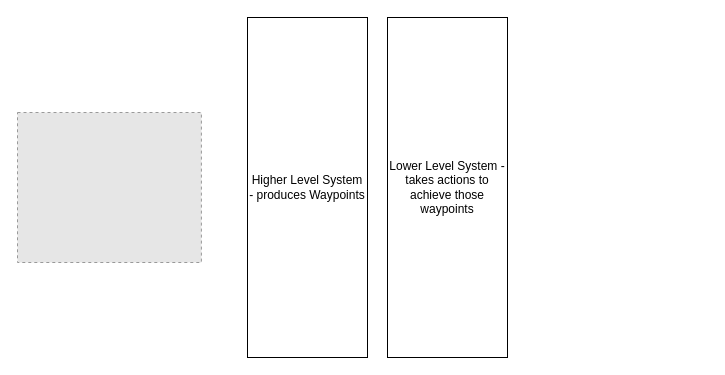
TommyWoodley/TommyWoodleyMEngProject keeps this draw.io diagram as 02_Progress_reports/systemDesign.drawio. Above is the earlier version. Source tidied: cells renumbered, new cells numbered last; positions are measured from the earlier drawing's top-left corner, leaving out a move shared by most shapes. Both pictures are drawn from the tidied source at 100%, with x=0, y=0 at pixel (17, 17). Pictures stored in the file or linked from it are replaced by grey dashed boxes.
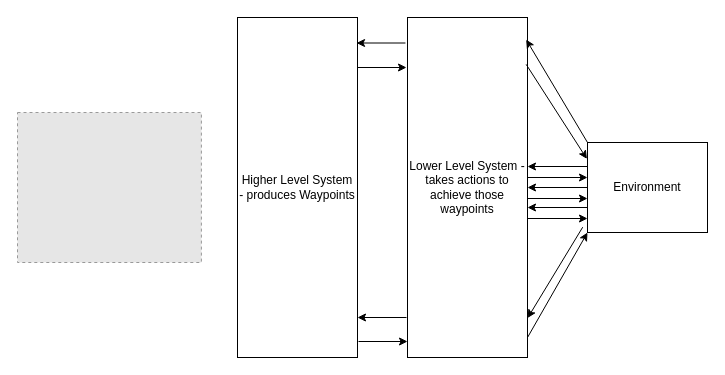
Above is the later version.

Change to the diagram source:
```diff
@@
     <mxCell id="3" value="Higher Level System&lt;div&gt;- produces Waypoints&lt;/div&gt;" style="rounded=0;whiteSpace=wrap;html=1;" parent="1" vertex="1">
-      <mxGeometry x="230" width="120" height="340" as="geometry" />
+      <mxGeometry x="220" width="120" height="340" as="geometry" />
     </mxCell>
     <mxCell id="4" value="Lower Level System - takes actions to achieve those waypoints" style="rounded=0;whiteSpace=wrap;html=1;" parent="1" vertex="1">
-      <mxGeometry x="370" width="120" height="340" as="geometry" />
+      <mxGeometry x="390" width="120" height="340" as="geometry" />
     </mxCell>
+    <mxCell id="5" value="Environment" style="rounded=0;whiteSpace=wrap;html=1;" parent="1" vertex="1">
+      <mxGeometry x="570" y="125" width="120" height="90" as="geometry" />
+    </mxCell>
+    <mxCell id="6" style="endArrow=classic;html=1;rounded=0;exitX=0;exitY=0;exitDx=0;exitDy=0;entryX=0.989;entryY=0.065;entryDx=0;entryDy=0;entryPerimeter=0;" parent="1" edge="1" source="5" target="4">
+      <mxGeometry relative="1" as="geometry" />
+    </mxCell>
+    <mxCell id="7" style="endArrow=classic;html=1;rounded=0;exitX=-0.017;exitY=0.075;exitDx=0;exitDy=0;exitPerimeter=0;entryX=0.992;entryY=0.075;entryDx=0;entryDy=0;entryPerimeter=0;" parent="1" edge="1" source="4" target="3">
+      <mxGeometry relative="1" as="geometry" />
+    </mxCell>
+    <mxCell id="8" style="endArrow=none;html=1;rounded=0;exitX=-0.017;exitY=0.075;exitDx=0;exitDy=0;exitPerimeter=0;entryX=0.992;entryY=0.075;entryDx=0;entryDy=0;entryPerimeter=0;endFill=0;startArrow=classic;startFill=1;" parent="1" edge="1">
+      <mxGeometry relative="1" as="geometry">
+        <mxPoint x="389" y="50" as="sourcePoint" />
+        <mxPoint x="340" y="50" as="targetPoint" />
+      </mxGeometry>
+    </mxCell>
+    <mxCell id="9" style="endArrow=none;html=1;rounded=0;exitX=-0.005;exitY=0.182;exitDx=0;exitDy=0;exitPerimeter=0;entryX=0.989;entryY=0.138;entryDx=0;entryDy=0;entryPerimeter=0;endFill=0;startArrow=classic;startFill=1;" parent="1" edge="1" source="5" target="4">
+      <mxGeometry relative="1" as="geometry" />
+    </mxCell>
+    <mxCell id="10" style="endArrow=classic;html=1;rounded=0;exitX=0;exitY=0.5;exitDx=0;exitDy=0;entryX=1;entryY=0.5;entryDx=0;entryDy=0;" parent="1" edge="1">
+      <mxGeometry relative="1" as="geometry">
+        <mxPoint x="570" y="149" as="sourcePoint" />
+        <mxPoint x="510" y="149" as="targetPoint" />
+      </mxGeometry>
+    </mxCell>
+    <mxCell id="11" style="endArrow=none;html=1;rounded=0;exitX=0;exitY=0.5;exitDx=0;exitDy=0;entryX=1;entryY=0.5;entryDx=0;entryDy=0;endFill=0;startArrow=classic;startFill=1;" parent="1" edge="1">
+      <mxGeometry relative="1" as="geometry">
+        <mxPoint x="570" y="160" as="sourcePoint" />
+        <mxPoint x="510" y="160" as="targetPoint" />
+      </mxGeometry>
+    </mxCell>
+    <mxCell id="12" style="endArrow=classic;html=1;rounded=0;exitX=0;exitY=0.5;exitDx=0;exitDy=0;entryX=1;entryY=0.5;entryDx=0;entryDy=0;" parent="1" edge="1">
+      <mxGeometry relative="1" as="geometry">
+        <mxPoint x="570" y="170" as="sourcePoint" />
+        <mxPoint x="510" y="170" as="targetPoint" />
+      </mxGeometry>
+    </mxCell>
+    <mxCell id="13" style="endArrow=none;html=1;rounded=0;exitX=0;exitY=0.5;exitDx=0;exitDy=0;entryX=1;entryY=0.5;entryDx=0;entryDy=0;endFill=0;startArrow=classic;startFill=1;" parent="1" edge="1">
+      <mxGeometry relative="1" as="geometry">
+        <mxPoint x="570" y="181" as="sourcePoint" />
+        <mxPoint x="510" y="181" as="targetPoint" />
+      </mxGeometry>
+    </mxCell>
+    <mxCell id="14" style="endArrow=classic;html=1;rounded=0;exitX=0;exitY=0.5;exitDx=0;exitDy=0;entryX=1;entryY=0.5;entryDx=0;entryDy=0;" parent="1" edge="1">
+      <mxGeometry relative="1" as="geometry">
+        <mxPoint x="570" y="190" as="sourcePoint" />
+        <mxPoint x="510" y="190" as="targetPoint" />
+      </mxGeometry>
+    </mxCell>
+    <mxCell id="15" style="endArrow=none;html=1;rounded=0;exitX=0;exitY=0.5;exitDx=0;exitDy=0;entryX=1;entryY=0.5;entryDx=0;entryDy=0;endFill=0;startArrow=classic;startFill=1;" parent="1" edge="1">
+      <mxGeometry relative="1" as="geometry">
+        <mxPoint x="570" y="201" as="sourcePoint" />
+        <mxPoint x="510" y="201" as="targetPoint" />
+      </mxGeometry>
+    </mxCell>
+    <mxCell id="16" style="endArrow=classic;html=1;rounded=0;exitX=-0.04;exitY=0.941;exitDx=0;exitDy=0;entryX=1.001;entryY=0.884;entryDx=0;entryDy=0;entryPerimeter=0;exitPerimeter=0;" parent="1" edge="1" source="5" target="4">
+      <mxGeometry relative="1" as="geometry" />
+    </mxCell>
+    <mxCell id="17" style="endArrow=classic;html=1;rounded=0;exitX=-0.017;exitY=0.075;exitDx=0;exitDy=0;exitPerimeter=0;entryX=0.992;entryY=0.075;entryDx=0;entryDy=0;entryPerimeter=0;" parent="1" edge="1">
+      <mxGeometry relative="1" as="geometry">
+        <mxPoint x="389" y="300" as="sourcePoint" />
+        <mxPoint x="340" y="300" as="targetPoint" />
+      </mxGeometry>
+    </mxCell>
+    <mxCell id="18" style="endArrow=none;html=1;rounded=0;exitX=-0.017;exitY=0.075;exitDx=0;exitDy=0;exitPerimeter=0;entryX=0.992;entryY=0.075;entryDx=0;entryDy=0;entryPerimeter=0;endFill=0;startArrow=classic;startFill=1;" parent="1" edge="1">
+      <mxGeometry relative="1" as="geometry">
+        <mxPoint x="390" y="324" as="sourcePoint" />
+        <mxPoint x="341" y="324" as="targetPoint" />
+      </mxGeometry>
+    </mxCell>
+    <mxCell id="19" style="endArrow=none;html=1;rounded=0;exitX=0;exitY=1;exitDx=0;exitDy=0;entryX=0.992;entryY=0.075;entryDx=0;entryDy=0;entryPerimeter=0;endFill=0;startArrow=classic;startFill=1;" parent="1" edge="1" source="5">
+      <mxGeometry relative="1" as="geometry">
+        <mxPoint x="510" y="320" as="targetPoint" />
+      </mxGeometry>
+    </mxCell>
```
